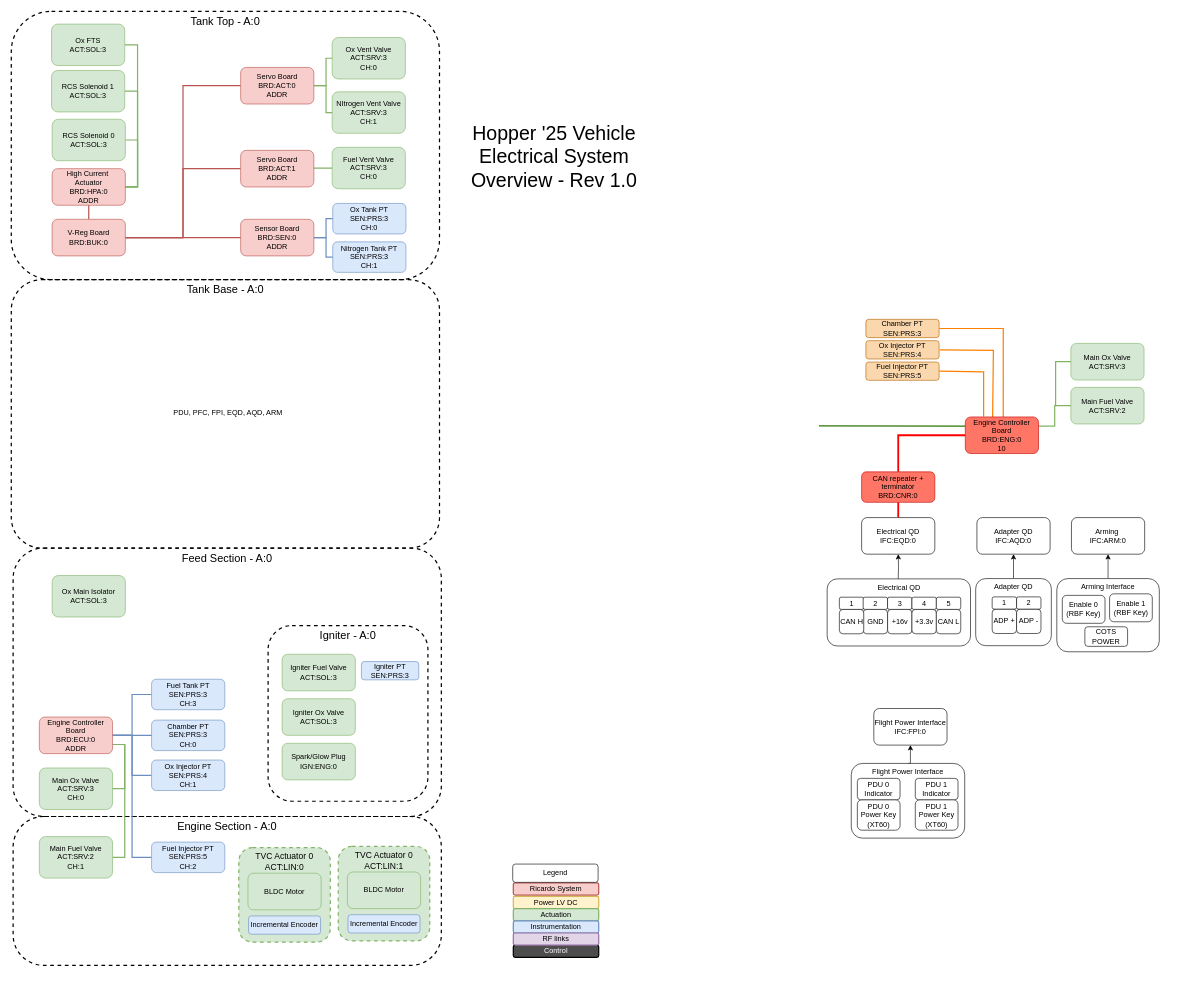
Above: Hopper 2025/Hopper25_Electronics_System_Overview.drawio in icl-rocketry/Ricardo-SystemOverview (draw.io), before the change. Source tidied: cells renumbered, new cells numbered last; positions are measured from the earlier drawing's top-left corner, leaving out a move shared by most shapes. Both pictures are drawn from the tidied source at 61%, with x=0, y=0 at pixel (11, 11).
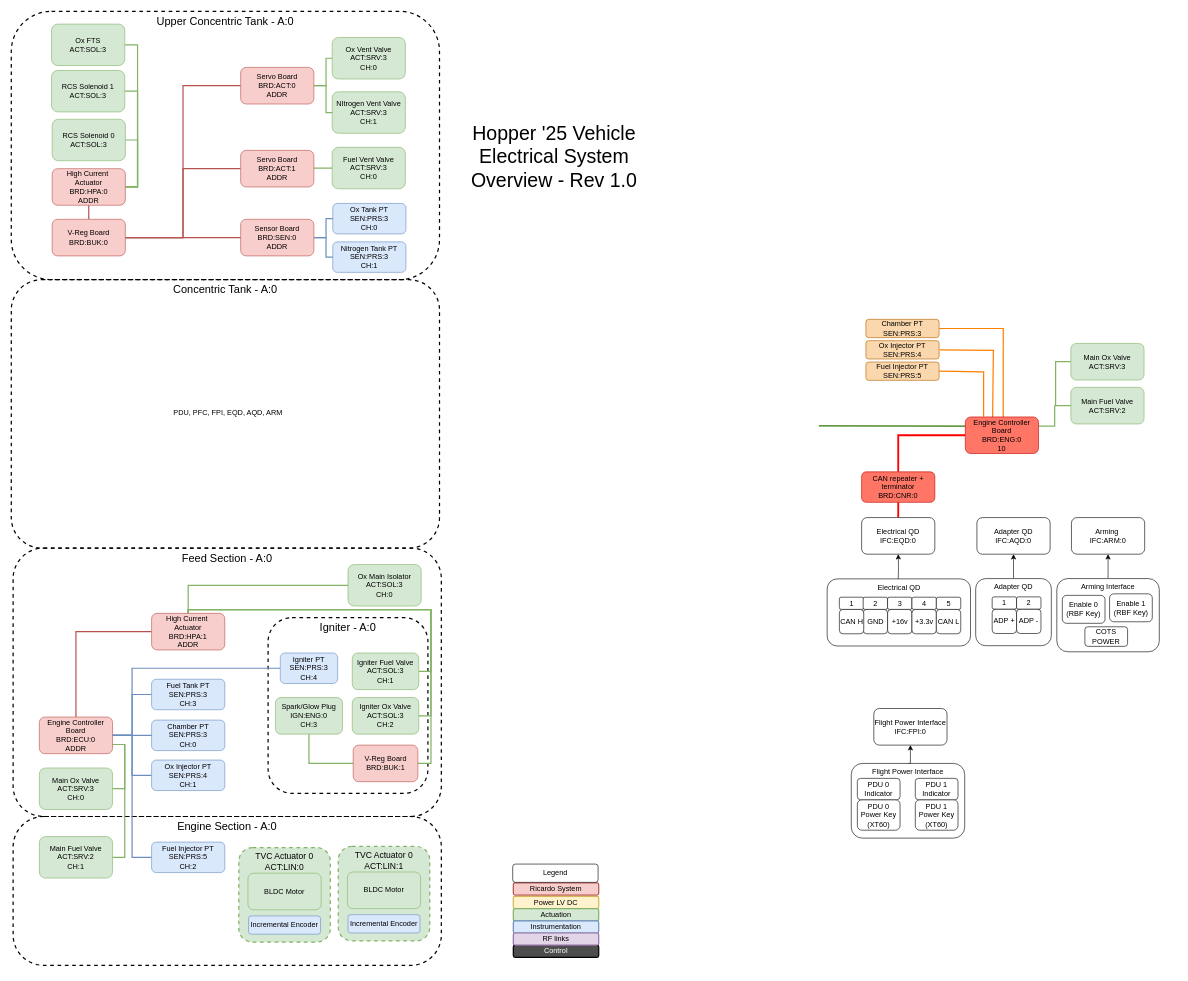
Above is the later version.

Commit message (it also covers changes not shown here):
added igniter connections

The change refers to these unchanged cells:
```xml
<mxCell id="115" value="Engine Controller Board&lt;br&gt;BRD:ECU:0&lt;br&gt;ADDR" style="rounded=1;whiteSpace=wrap;html=1;fillColor=#f8cecc;strokeColor=#b85450;gradientDirection=radial;" parent="1" vertex="1">
  <mxGeometry x="46" y="1157" width="120" height="60" as="geometry" />
</mxCell>
```

Diff of the diagram source:
```diff
@@
-    <mxCell id="2" value="&lt;div&gt;&lt;font style=&quot;font-size: 18px&quot;&gt;Tank Top&lt;/font&gt;&lt;span style=&quot;background-color: initial; font-size: 18px;&quot;&gt;&amp;nbsp;- A:0&lt;/span&gt;&lt;/div&gt;" style="rounded=1;whiteSpace=wrap;html=1;fillColor=none;strokeWidth=2;verticalAlign=top;dashed=1;" parent="1" vertex="1">
+    <mxCell id="2" value="&lt;div&gt;&lt;span style=&quot;background-color: initial; font-size: 18px;&quot;&gt;Upper Concentric Tank - A:0&lt;/span&gt;&lt;/div&gt;" style="rounded=1;whiteSpace=wrap;html=1;fillColor=none;strokeWidth=2;verticalAlign=top;dashed=1;" parent="1" vertex="1">
       <mxGeometry width="702" height="440" as="geometry" />
     </mxCell>
-    <mxCell id="3" value="&lt;div&gt;&lt;font style=&quot;font-size: 18px&quot;&gt;Tank Base&lt;/font&gt;&lt;span style=&quot;font-size: 18px; background-color: initial;&quot;&gt;&amp;nbsp;- A:0&lt;/span&gt;&lt;/div&gt;" style="rounded=1;whiteSpace=wrap;html=1;fillColor=none;strokeWidth=2;verticalAlign=top;dashed=1;absoluteArcSize=1;arcSize=100;" parent="1" vertex="1">
+    <mxCell id="3" value="&lt;div&gt;&lt;font style=&quot;font-size: 18px&quot;&gt;Concentric Tank&lt;/font&gt;&lt;span style=&quot;font-size: 18px; background-color: initial;&quot;&gt;&amp;nbsp;- A:0&lt;/span&gt;&lt;/div&gt;" style="rounded=1;whiteSpace=wrap;html=1;fillColor=none;strokeWidth=2;verticalAlign=top;dashed=1;absoluteArcSize=1;arcSize=100;" parent="1" vertex="1">
       <mxGeometry y="440" width="702" height="440" as="geometry" />
     </mxCell>
@@
     <mxCell id="6" value="&lt;div&gt;&lt;font style=&quot;font-size: 18px&quot;&gt;Igniter&lt;/font&gt;&lt;span style=&quot;background-color: initial; font-size: 18px;&quot;&gt;&amp;nbsp;- A:0&lt;/span&gt;&lt;/div&gt;" style="rounded=1;whiteSpace=wrap;html=1;fillColor=none;strokeWidth=2;verticalAlign=top;dashed=1;" parent="1" vertex="1">
-      <mxGeometry x="421" y="1007" width="262" height="288" as="geometry" />
+      <mxGeometry x="421" y="994" width="262" height="288" as="geometry" />
     </mxCell>
@@
-    <mxCell id="65" value="Spark/Glow Plug&lt;div&gt;IGN:ENG:0&lt;/div&gt;" style="rounded=1;whiteSpace=wrap;html=1;fillColor=#d5e8d4;strokeColor=#82b366;" parent="1" vertex="1">
-      <mxGeometry x="444" y="1200" width="120" height="60" as="geometry" />
+    <mxCell id="65" value="Spark/Glow Plug&lt;div&gt;IGN:ENG:0&lt;/div&gt;&lt;div&gt;CH:3&lt;/div&gt;" style="rounded=1;whiteSpace=wrap;html=1;fillColor=#d5e8d4;strokeColor=#82b366;" parent="1" vertex="1">
+      <mxGeometry x="433" y="1125" width="110" height="60" as="geometry" />
     </mxCell>
@@
-    <mxCell id="69" value="Ox Main Isolator&lt;div&gt;ACT:SOL:3&lt;/div&gt;" style="rounded=1;whiteSpace=wrap;html=1;fillColor=#d5e8d4;strokeColor=#82b366;" parent="1" vertex="1">
-      <mxGeometry x="67" y="925" width="120" height="68" as="geometry" />
+    <mxCell id="69" value="Ox Main Isolator&lt;div&gt;ACT:SOL:3&lt;/div&gt;&lt;div&gt;CH:0&lt;/div&gt;" style="rounded=1;whiteSpace=wrap;html=1;fillColor=#d5e8d4;strokeColor=#82b366;" parent="1" vertex="1">
+      <mxGeometry x="552" y="907" width="120" height="68" as="geometry" />
     </mxCell>
+    <mxCell id="119" style="edgeStyle=orthogonalEdgeStyle;rounded=0;jettySize=auto;html=1;exitX=1;exitY=0.5;exitDx=0;exitDy=0;entryX=0.5;entryY=0;entryDx=0;entryDy=0;fillColor=#d5e8d4;strokeColor=#82b366;strokeWidth=2;endArrow=none;endFill=0;" parent="1" edge="1" source="70" target="127">
+      <mxGeometry relative="1" as="geometry">
+        <Array as="points">
+          <mxPoint x="688" y="1155" />
+          <mxPoint x="688" y="981" />
+          <mxPoint x="290" y="981" />
+        </Array>
+      </mxGeometry>
+    </mxCell>
-    <mxCell id="70" value="&lt;div&gt;Igniter Ox Valve&lt;/div&gt;&lt;div&gt;ACT:SOL:3&lt;/div&gt;" style="rounded=1;whiteSpace=wrap;html=1;fillColor=#d5e8d4;strokeColor=#82b366;" parent="1" vertex="1">
-      <mxGeometry x="444" y="1127" width="120" height="60" as="geometry" />
+    <mxCell id="70" value="&lt;div&gt;Igniter Ox Valve&lt;/div&gt;&lt;div&gt;ACT:SOL:3&lt;/div&gt;&lt;div&gt;CH:2&lt;/div&gt;" style="rounded=1;whiteSpace=wrap;html=1;fillColor=#d5e8d4;strokeColor=#82b366;" parent="1" vertex="1">
+      <mxGeometry x="559" y="1125" width="109" height="60" as="geometry" />
     </mxCell>
+    <mxCell id="120" style="edgeStyle=orthogonalEdgeStyle;rounded=0;jettySize=auto;html=1;exitX=1;exitY=0.5;exitDx=0;exitDy=0;entryX=0.5;entryY=0;entryDx=0;entryDy=0;fillColor=#d5e8d4;strokeColor=#82b366;strokeWidth=2;endArrow=none;endFill=0;" parent="1" edge="1" source="71" target="127">
+      <mxGeometry relative="1" as="geometry">
+        <Array as="points">
+          <mxPoint x="688" y="1082" />
+          <mxPoint x="688" y="981" />
+          <mxPoint x="290" y="981" />
+        </Array>
+      </mxGeometry>
+    </mxCell>
-    <mxCell id="71" value="&lt;div&gt;Igniter Fuel Valve&lt;/div&gt;&lt;div&gt;ACT:SOL:3&lt;/div&gt;" style="rounded=1;whiteSpace=wrap;html=1;fillColor=#d5e8d4;strokeColor=#82b366;" parent="1" vertex="1">
-      <mxGeometry x="444" y="1054" width="120" height="60" as="geometry" />
+    <mxCell id="71" value="&lt;div&gt;Igniter Fuel Valve&lt;/div&gt;&lt;div&gt;ACT:SOL:3&lt;/div&gt;&lt;div&gt;CH:1&lt;/div&gt;" style="rounded=1;whiteSpace=wrap;html=1;fillColor=#d5e8d4;strokeColor=#82b366;" parent="1" vertex="1">
+      <mxGeometry x="559" y="1052" width="109" height="60" as="geometry" />
     </mxCell>
@@
+    <mxCell id="121" style="edgeStyle=orthogonalEdgeStyle;rounded=0;jettySize=auto;html=1;exitX=0;exitY=0.5;exitDx=0;exitDy=0;entryX=1;entryY=0.5;entryDx=0;entryDy=0;fillColor=#dae8fc;strokeColor=#6c8ebf;strokeWidth=2;endArrow=none;endFill=0;" parent="1" edge="1" source="77" target="115">
+      <mxGeometry relative="1" as="geometry">
+        <Array as="points">
+          <mxPoint x="198" y="1077" />
+          <mxPoint x="198" y="1187" />
+        </Array>
+      </mxGeometry>
+    </mxCell>
-    <mxCell id="77" value="Igniter PT&lt;br&gt;SEN:PRS:3" style="rounded=1;whiteSpace=wrap;html=1;fillColor=#dae8fc;strokeColor=#6c8ebf;" parent="1" vertex="1">
-      <mxGeometry x="574" y="1066" width="94" height="30" as="geometry" />
+    <mxCell id="77" value="Igniter PT&lt;br&gt;SEN:PRS:3&lt;div&gt;CH:4&lt;/div&gt;" style="rounded=1;whiteSpace=wrap;html=1;fillColor=#dae8fc;strokeColor=#6c8ebf;" parent="1" vertex="1">
+      <mxGeometry x="441" y="1052" width="94" height="50" as="geometry" />
     </mxCell>
@@
+    <mxCell id="122" style="edgeStyle=orthogonalEdgeStyle;rounded=0;jettySize=auto;html=1;exitX=0.5;exitY=0;exitDx=0;exitDy=0;entryX=0;entryY=0.5;entryDx=0;entryDy=0;strokeWidth=2;endArrow=none;endFill=0;fillColor=#f8cecc;strokeColor=#b85450;" parent="1" edge="1" source="115" target="127">
+      <mxGeometry relative="1" as="geometry" />
+    </mxCell>
@@
+    <mxCell id="123" style="edgeStyle=orthogonalEdgeStyle;rounded=0;jettySize=auto;html=1;exitX=0.5;exitY=0;exitDx=0;exitDy=0;entryX=0;entryY=0.5;entryDx=0;entryDy=0;fillColor=#d5e8d4;strokeColor=#82b366;strokeWidth=2;endArrow=none;endFill=0;" parent="1" edge="1" source="127" target="69">
+      <mxGeometry relative="1" as="geometry" />
+    </mxCell>
+    <mxCell id="124" style="edgeStyle=orthogonalEdgeStyle;rounded=0;jettySize=auto;html=1;exitX=0;exitY=0.5;exitDx=0;exitDy=0;entryX=0.5;entryY=1;entryDx=0;entryDy=0;fillColor=#d5e8d4;strokeColor=#82b366;strokeWidth=2;endArrow=none;endFill=0;" parent="1" edge="1" source="126" target="65">
+      <mxGeometry relative="1" as="geometry" />
+    </mxCell>
+    <mxCell id="125" style="edgeStyle=orthogonalEdgeStyle;rounded=0;jettySize=auto;html=1;exitX=1;exitY=0.5;exitDx=0;exitDy=0;entryX=0.5;entryY=0;entryDx=0;entryDy=0;fillColor=#d5e8d4;strokeColor=#82b366;strokeWidth=2;endArrow=none;endFill=0;" parent="1" edge="1" source="126" target="127">
+      <mxGeometry relative="1" as="geometry">
+        <Array as="points">
+          <mxPoint x="688" y="1233" />
+          <mxPoint x="688" y="981" />
+          <mxPoint x="290" y="981" />
+        </Array>
+      </mxGeometry>
+    </mxCell>
+    <mxCell id="126" value="&lt;div&gt;V-Reg Board&lt;/div&gt;&lt;div&gt;BRD:BUK:1&lt;br&gt;&lt;/div&gt;" style="rounded=1;whiteSpace=wrap;html=1;fillColor=#f8cecc;strokeColor=#b85450;gradientDirection=radial;" parent="1" vertex="1">
+      <mxGeometry x="560.5" y="1203" width="106" height="60" as="geometry" />
+    </mxCell>
+    <mxCell id="127" value="&lt;div&gt;High Current&amp;nbsp;&lt;/div&gt;&lt;div&gt;Actuator&lt;/div&gt;&lt;div&gt;BRD:HPA:1&lt;br&gt;ADDR&lt;/div&gt;" style="rounded=1;whiteSpace=wrap;html=1;fillColor=#f8cecc;strokeColor=#b85450;gradientDirection=radial;" parent="1" vertex="1">
+      <mxGeometry x="230" y="987" width="120" height="60" as="geometry" />
+    </mxCell>
```
